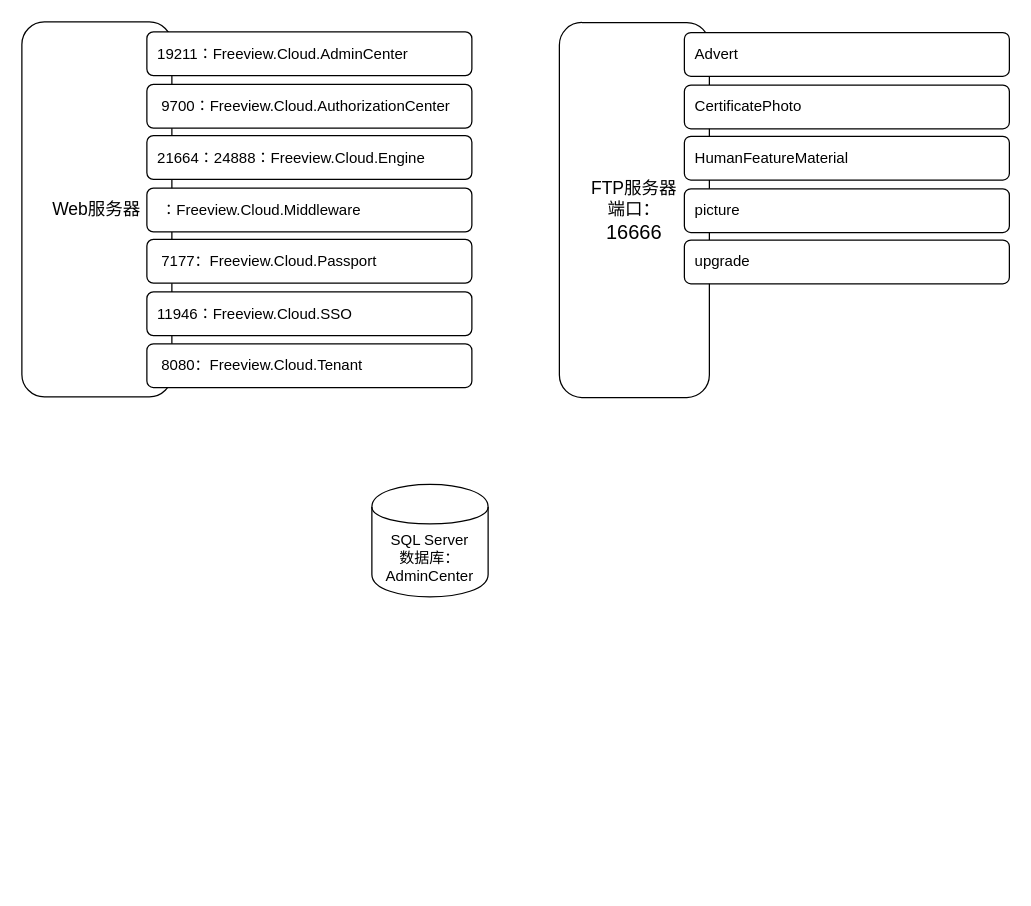
Before: xinch.drawio in jeffmacn/myjava, a draw.io diagram. Source tidied: cells renumbered, new cells numbered last; positions are measured from the earlier drawing's top-left corner, leaving out a move shared by most shapes. Both pictures are drawn from the tidied source at 125%, with x=0, y=0 at pixel (21, 21).
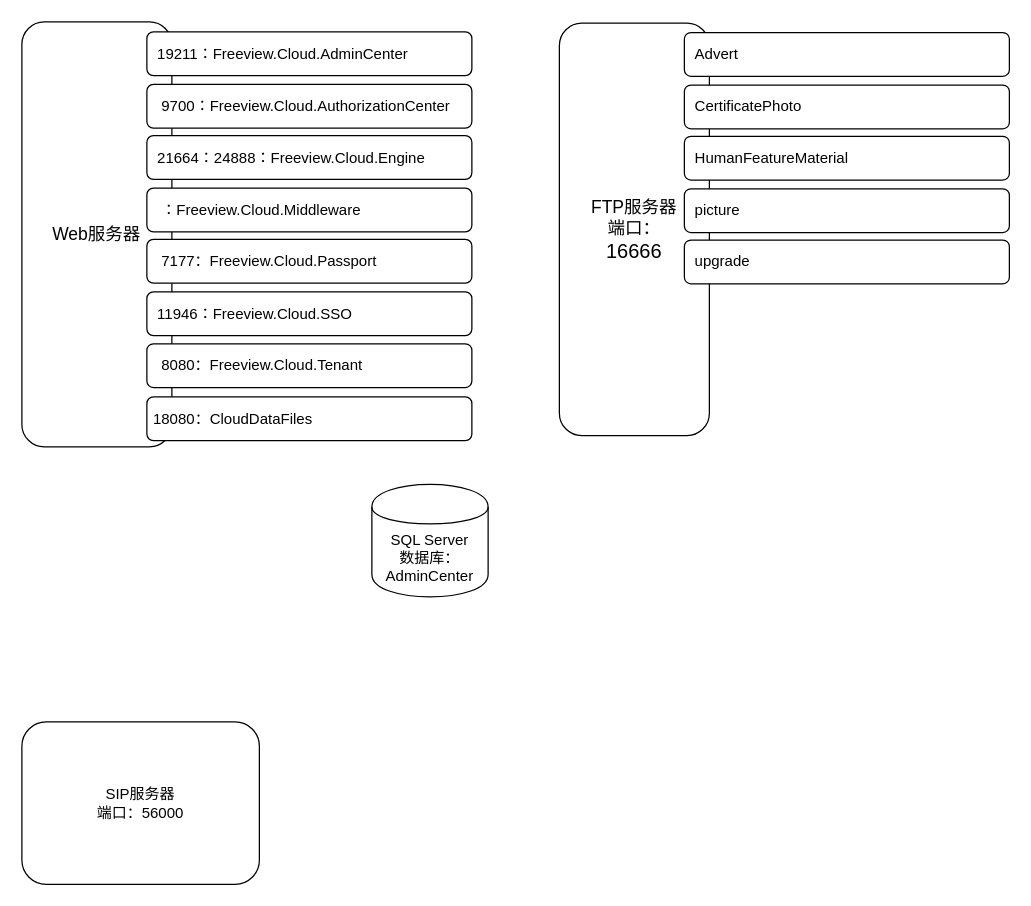
The same diagram, later.

What changed in the source:
```diff
@@
 <mxGraphModel>
   <root>
     <mxCell id="0" />
     <mxCell id="1" parent="0" />
     <mxCell id="2" value="SQL Server&lt;br&gt;数据库：AdminCenter" style="shape=cylinder;whiteSpace=wrap;html=1;boundedLbl=1;backgroundOutline=1;" parent="1" vertex="1">
       <mxGeometry x="280" y="370" width="93" height="90" as="geometry" />
     </mxCell>
     <mxCell id="3" value="&lt;span style=&quot;font-size: 10.5pt&quot;&gt;Web服务器&lt;br&gt;&lt;/span&gt;" style="rounded=1;whiteSpace=wrap;html=1;" parent="1" vertex="1">
-      <mxGeometry width="120" height="300" as="geometry" />
+      <mxGeometry width="120" height="340" as="geometry" />
     </mxCell>
     <mxCell id="4" value="&amp;nbsp;&amp;nbsp;&lt;span lang=&quot;EN-US&quot; style=&quot;font-size: 12px;&quot;&gt;19211：&lt;/span&gt;Freeview.Cloud.AdminCenter" style="rounded=1;whiteSpace=wrap;html=1;align=left;fontSize=12;" parent="1" vertex="1">
       <mxGeometry x="100" y="8" width="260" height="35" as="geometry" />
     </mxCell>
     <mxCell id="5" value="&amp;nbsp; &amp;nbsp;&lt;span lang=&quot;EN-US&quot; style=&quot;font-size: 12px&quot;&gt;9700：&lt;/span&gt;Freeview.Cloud.AuthorizationCenter" style="rounded=1;whiteSpace=wrap;html=1;align=left;fontSize=12;" parent="1" vertex="1">
       <mxGeometry x="100" y="50" width="260" height="35" as="geometry" />
     </mxCell>
     <mxCell id="6" value="&amp;nbsp;&amp;nbsp;&lt;span lang=&quot;EN-US&quot; style=&quot;font-size: 12px&quot;&gt;21664：24888：&lt;/span&gt;Freeview.Cloud.Engine" style="rounded=1;whiteSpace=wrap;html=1;align=left;fontSize=12;" parent="1" vertex="1">
       <mxGeometry x="100" y="91" width="260" height="35" as="geometry" />
     </mxCell>
     <mxCell id="7" value="&amp;nbsp; &amp;nbsp;&lt;span lang=&quot;EN-US&quot; style=&quot;font-size: 12px&quot;&gt;：&lt;/span&gt;Freeview.Cloud.Middleware" style="rounded=1;whiteSpace=wrap;html=1;align=left;fontSize=12;" parent="1" vertex="1">
       <mxGeometry x="100" y="133" width="260" height="35" as="geometry" />
     </mxCell>
     <mxCell id="8" value="&amp;nbsp; &amp;nbsp;7177：Freeview.Cloud.Passport" style="rounded=1;whiteSpace=wrap;html=1;align=left;" parent="1" vertex="1">
       <mxGeometry x="100" y="174" width="260" height="35" as="geometry" />
     </mxCell>
     <mxCell id="9" value="&amp;nbsp;&amp;nbsp;&lt;span lang=&quot;EN-US&quot; style=&quot;font-size: 12px;&quot;&gt;11946：&lt;/span&gt;Freeview.Cloud.SSO" style="rounded=1;whiteSpace=wrap;html=1;align=left;fontSize=12;" parent="1" vertex="1">
       <mxGeometry x="100" y="216" width="260" height="35" as="geometry" />
     </mxCell>
     <mxCell id="10" value="&amp;nbsp; &amp;nbsp;8080：Freeview.Cloud.Tenant" style="rounded=1;whiteSpace=wrap;html=1;align=left;" parent="1" vertex="1">
       <mxGeometry x="100" y="257.5" width="260" height="35" as="geometry" />
     </mxCell>
     <mxCell id="11" value="&lt;span style=&quot;font-size: 10.5pt&quot;&gt;FTP服务器&lt;br&gt;端口：&lt;br&gt;&lt;/span&gt;&lt;span lang=&quot;EN-US&quot; style=&quot;font-size: 12.0pt&quot;&gt;16666&lt;/span&gt;&lt;span style=&quot;font-size: 10.5pt&quot;&gt;&lt;br&gt;&lt;/span&gt;" style="rounded=1;whiteSpace=wrap;html=1;" parent="1" vertex="1">
-      <mxGeometry x="430" y="0.5" width="120" height="300" as="geometry" />
+      <mxGeometry x="430" y="1" width="120" height="330" as="geometry" />
     </mxCell>
     <mxCell id="12" value="&amp;nbsp;&amp;nbsp;&lt;span style=&quot;white-space: nowrap&quot;&gt;Advert&lt;/span&gt;" style="rounded=1;whiteSpace=wrap;html=1;align=left;" parent="1" vertex="1">
       <mxGeometry x="530" y="8.5" width="260" height="35" as="geometry" />
     </mxCell>
     <mxCell id="13" value="&amp;nbsp;&amp;nbsp;&lt;span style=&quot;white-space: nowrap&quot;&gt;CertificatePhoto&lt;/span&gt;" style="rounded=1;whiteSpace=wrap;html=1;align=left;" parent="1" vertex="1">
       <mxGeometry x="530" y="50.5" width="260" height="35" as="geometry" />
     </mxCell>
     <mxCell id="14" value="&lt;span style=&quot;white-space: nowrap&quot;&gt;&amp;nbsp; HumanFeatureMaterial&lt;/span&gt;" style="rounded=1;whiteSpace=wrap;html=1;align=left;" parent="1" vertex="1">
       <mxGeometry x="530" y="91.5" width="260" height="35" as="geometry" />
     </mxCell>
     <mxCell id="15" value="&amp;nbsp;&amp;nbsp;&lt;span style=&quot;white-space: nowrap&quot;&gt;picture&lt;/span&gt;" style="rounded=1;whiteSpace=wrap;html=1;align=left;" parent="1" vertex="1">
       <mxGeometry x="530" y="133.5" width="260" height="35" as="geometry" />
     </mxCell>
     <mxCell id="16" value="&amp;nbsp;&amp;nbsp;&lt;span style=&quot;white-space: nowrap&quot;&gt;upgrade&lt;/span&gt;" style="rounded=1;whiteSpace=wrap;html=1;align=left;" parent="1" vertex="1">
       <mxGeometry x="530" y="174.5" width="260" height="35" as="geometry" />
     </mxCell>
+    <mxCell id="17" value="SIP服务器&lt;br&gt;端口：56000" style="rounded=1;whiteSpace=wrap;html=1;fontSize=12;align=center;" parent="1" vertex="1">
+      <mxGeometry y="560" width="190" height="130" as="geometry" />
+    </mxCell>
+    <mxCell id="18" value="&amp;nbsp;18080：CloudDataFiles" style="rounded=1;whiteSpace=wrap;html=1;align=left;" parent="1" vertex="1">
+      <mxGeometry x="100" y="300" width="260" height="35" as="geometry" />
+    </mxCell>
   </root>
 </mxGraphModel>
```
